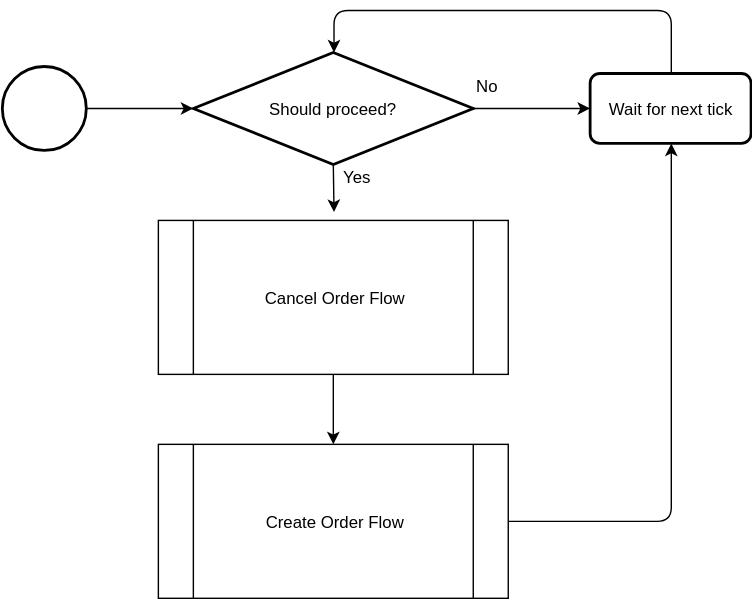
This is documentation/docs/assets/img/xemm-flowchart-1.svg from hummingbot/hummingbot, a draw.io export, as it was before one commit. Source tidied: cells renumbered, new cells last; positions are measured from the earlier drawing's top-left corner, leaving out a move shared by most shapes. The source it was exported from:
```xml
<mxGraphModel>
  <root>
    <mxCell id="0" />
    <mxCell id="1" parent="0" />
    <mxCell id="2" style="strokeWidth=2;html=1;shape=mxgraph.flowchart.start_2;whiteSpace=wrap;" parent="1" vertex="1">
      <mxGeometry y="40" width="60" height="60" as="geometry" />
    </mxCell>
    <mxCell id="3" value="Should proceed?" style="strokeWidth=2;html=1;shape=mxgraph.flowchart.decision;whiteSpace=wrap;" parent="1" vertex="1">
      <mxGeometry x="136.5" y="30" width="200" height="80" as="geometry" />
    </mxCell>
    <mxCell id="4" value="Wait for next tick" style="rounded=1;whiteSpace=wrap;html=1;absoluteArcSize=1;arcSize=14;strokeWidth=2;" parent="1" vertex="1">
      <mxGeometry x="420" y="45" width="115" height="50" as="geometry" />
    </mxCell>
    <mxCell id="5" style="endArrow=classic;html=1;exitX=0.5;exitY=1;exitDx=0;exitDy=0;exitPerimeter=0;" parent="1" edge="1" source="3">
      <mxGeometry relative="1" as="geometry">
        <mxPoint x="237" y="144" as="targetPoint" />
      </mxGeometry>
    </mxCell>
    <mxCell id="6" value="Yes" style="text;html=1;align=left;verticalAlign=top;spacingTop=-4;" parent="1" vertex="1">
      <mxGeometry x="241.5" y="110" width="40" height="20" as="geometry" />
    </mxCell>
    <mxCell id="7" style="endArrow=classic;html=1;exitX=0.5;exitY=1;exitDx=0;exitDy=0;entryX=0.5;entryY=0;entryDx=0;entryDy=0;" parent="1" edge="1" source="12" target="13">
      <mxGeometry relative="1" as="geometry" />
    </mxCell>
    <mxCell id="8" style="endArrow=classic;html=1;exitX=1;exitY=0.5;exitDx=0;exitDy=0;exitPerimeter=0;entryX=0;entryY=0.5;entryDx=0;entryDy=0;" parent="1" edge="1" source="3" target="4">
      <mxGeometry relative="1" as="geometry" />
    </mxCell>
    <mxCell id="9" value="No" style="text;html=1;align=left;verticalAlign=top;spacingTop=-4;" parent="1" vertex="1">
      <mxGeometry x="336.5" y="45" width="30" height="20" as="geometry" />
    </mxCell>
    <mxCell id="10" style="endArrow=classic;html=1;exitX=1;exitY=0.5;exitDx=0;exitDy=0;exitPerimeter=0;entryX=0;entryY=0.5;entryDx=0;entryDy=0;entryPerimeter=0;" parent="1" edge="1" source="2" target="3">
      <mxGeometry relative="1" as="geometry" />
    </mxCell>
    <mxCell id="11" style="edgeStyle=elbowEdgeStyle;elbow=vertical;endArrow=classic;html=1;exitX=0.5;exitY=0;exitDx=0;exitDy=0;entryX=0.5;entryY=0;entryDx=0;entryDy=0;entryPerimeter=0;" parent="1" edge="1" source="4" target="3">
      <mxGeometry relative="1" as="geometry">
        <Array as="points">
          <mxPoint x="363" />
        </Array>
      </mxGeometry>
    </mxCell>
    <mxCell id="12" value="Cancel Order Flow" style="shape=process;whiteSpace=wrap;html=1;backgroundOutline=1;" parent="1" vertex="1">
      <mxGeometry x="111.5" y="150" width="250" height="110" as="geometry" />
    </mxCell>
    <mxCell id="13" value="Create Order Flow" style="shape=process;whiteSpace=wrap;html=1;backgroundOutline=1;" parent="1" vertex="1">
      <mxGeometry x="111.5" y="310" width="250" height="110" as="geometry" />
    </mxCell>
    <mxCell id="14" style="edgeStyle=elbowEdgeStyle;elbow=vertical;endArrow=classic;html=1;entryX=0.5;entryY=1;entryDx=0;entryDy=0;exitX=1;exitY=0.5;exitDx=0;exitDy=0;" parent="1" edge="1" source="13" target="4">
      <mxGeometry relative="1" as="geometry">
        <Array as="points">
          <mxPoint x="423" y="365" />
        </Array>
      </mxGeometry>
    </mxCell>
  </root>
</mxGraphModel>
```
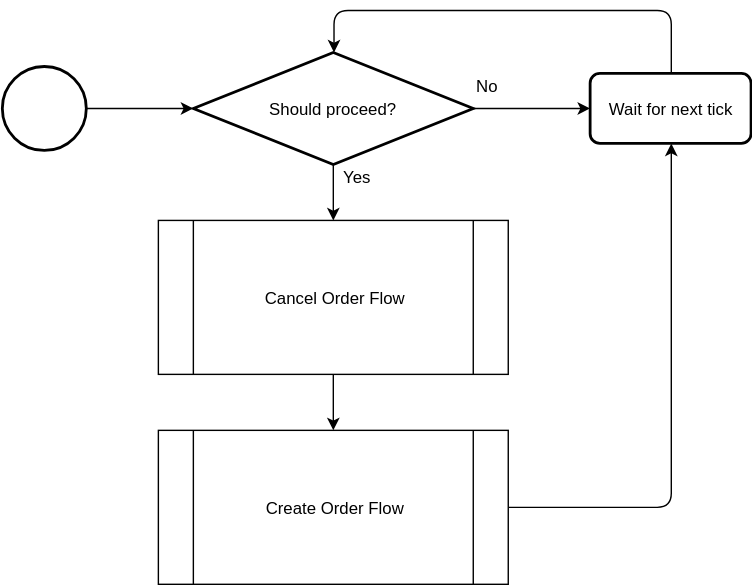
The same file after the commit.

Commit message:
Completed developer documentation on XEMM strategy.

Change to the diagram source:
```diff
@@ -11,10 +11,8 @@
     <mxCell id="4" value="Wait for next tick" style="rounded=1;whiteSpace=wrap;html=1;absoluteArcSize=1;arcSize=14;strokeWidth=2;" parent="1" vertex="1">
       <mxGeometry x="420" y="45" width="115" height="50" as="geometry" />
     </mxCell>
-    <mxCell id="5" style="endArrow=classic;html=1;exitX=0.5;exitY=1;exitDx=0;exitDy=0;exitPerimeter=0;" parent="1" edge="1" source="3">
-      <mxGeometry relative="1" as="geometry">
-        <mxPoint x="237" y="144" as="targetPoint" />
-      </mxGeometry>
+    <mxCell id="5" style="endArrow=classic;html=1;exitX=0.5;exitY=1;exitDx=0;exitDy=0;exitPerimeter=0;entryX=0.5;entryY=0;entryDx=0;entryDy=0;" parent="1" edge="1" source="3" target="12">
+      <mxGeometry relative="1" as="geometry" />
     </mxCell>
     <mxCell id="6" value="Yes" style="text;html=1;align=left;verticalAlign=top;spacingTop=-4;" parent="1" vertex="1">
       <mxGeometry x="241.5" y="110" width="40" height="20" as="geometry" />
@@ -42,12 +40,12 @@
       <mxGeometry x="111.5" y="150" width="250" height="110" as="geometry" />
     </mxCell>
     <mxCell id="13" value="Create Order Flow" style="shape=process;whiteSpace=wrap;html=1;backgroundOutline=1;" parent="1" vertex="1">
-      <mxGeometry x="111.5" y="310" width="250" height="110" as="geometry" />
+      <mxGeometry x="111.5" y="300" width="250" height="110" as="geometry" />
     </mxCell>
     <mxCell id="14" style="edgeStyle=elbowEdgeStyle;elbow=vertical;endArrow=classic;html=1;entryX=0.5;entryY=1;entryDx=0;entryDy=0;exitX=1;exitY=0.5;exitDx=0;exitDy=0;" parent="1" edge="1" source="13" target="4">
       <mxGeometry relative="1" as="geometry">
         <Array as="points">
-          <mxPoint x="423" y="365" />
+          <mxPoint x="423" y="355" />
         </Array>
       </mxGeometry>
     </mxCell>
```
